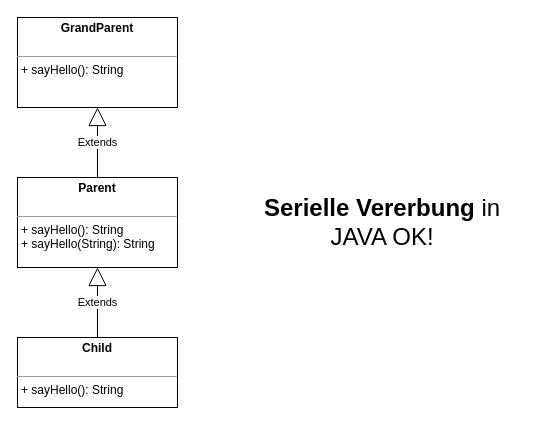
The draw.io diagram page "GrandParent - Parent - Child" (2 of 3) of parent_child.drawio in XX3-OOP-archive/11d_Klausurvorbereitung_OOP_3, before the edit. Source tidied: cells renumbered, new cells numbered last; positions are measured from the earlier drawing's top-left corner, leaving out a move shared by most shapes. Both pictures are drawn from the tidied source at 100%, with x=0, y=0 at pixel (17, 17).
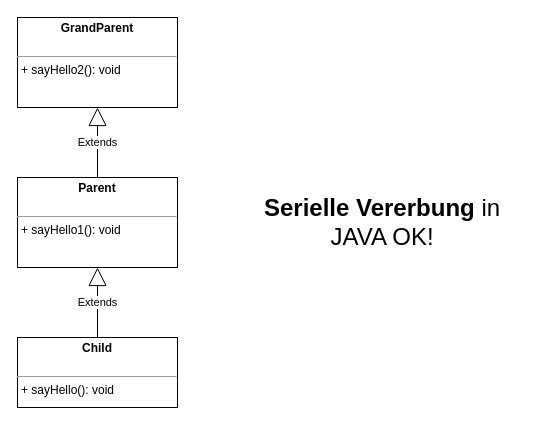
After the change.

What changed in the source:
```diff
@@
 <mxGraphModel>
   <root>
     <mxCell id="0" />
     <mxCell id="1" parent="0" />
-    <mxCell id="2" value="&lt;p style=&quot;margin: 0px ; margin-top: 4px ; text-align: center&quot;&gt;&lt;b&gt;Child&lt;/b&gt;&lt;/p&gt;&lt;p style=&quot;margin: 0px ; margin-left: 4px&quot;&gt;&lt;br&gt;&lt;/p&gt;&lt;hr size=&quot;1&quot;&gt;&lt;p style=&quot;margin: 0px ; margin-left: 4px&quot;&gt;+ sayHello(): String&lt;/p&gt;" style="verticalAlign=top;align=left;overflow=fill;fontSize=12;fontFamily=Helvetica;html=1;" parent="1" vertex="1">
+    <mxCell id="2" value="&lt;p style=&quot;margin: 0px ; margin-top: 4px ; text-align: center&quot;&gt;&lt;b&gt;Child&lt;/b&gt;&lt;/p&gt;&lt;p style=&quot;margin: 0px ; margin-left: 4px&quot;&gt;&lt;br&gt;&lt;/p&gt;&lt;hr size=&quot;1&quot;&gt;&lt;p style=&quot;margin: 0px ; margin-left: 4px&quot;&gt;+ sayHello(): void&lt;/p&gt;" style="verticalAlign=top;align=left;overflow=fill;fontSize=12;fontFamily=Helvetica;html=1;" parent="1" vertex="1">
       <mxGeometry y="320" width="160" height="70" as="geometry" />
     </mxCell>
-    <mxCell id="3" value="&lt;p style=&quot;margin: 0px ; margin-top: 4px ; text-align: center&quot;&gt;&lt;b&gt;Parent&lt;/b&gt;&lt;/p&gt;&lt;p style=&quot;margin: 0px ; margin-left: 4px&quot;&gt;&lt;br&gt;&lt;/p&gt;&lt;hr size=&quot;1&quot;&gt;&lt;p style=&quot;margin: 0px ; margin-left: 4px&quot;&gt;+ sayHello(): String&lt;/p&gt;&lt;p style=&quot;margin: 0px ; margin-left: 4px&quot;&gt;+ sayHello(String): String&lt;br&gt;&lt;/p&gt;&lt;p style=&quot;margin: 0px ; margin-left: 4px&quot;&gt;&lt;br&gt;&lt;/p&gt;" style="verticalAlign=top;align=left;overflow=fill;fontSize=12;fontFamily=Helvetica;html=1;" parent="1" vertex="1">
+    <mxCell id="3" value="&lt;p style=&quot;margin: 0px ; margin-top: 4px ; text-align: center&quot;&gt;&lt;b&gt;Parent&lt;/b&gt;&lt;/p&gt;&lt;p style=&quot;margin: 0px ; margin-left: 4px&quot;&gt;&lt;br&gt;&lt;/p&gt;&lt;hr size=&quot;1&quot;&gt;&lt;p style=&quot;margin: 0px ; margin-left: 4px&quot;&gt;+ sayHello1(): void&lt;/p&gt;&lt;p style=&quot;margin: 0px ; margin-left: 4px&quot;&gt;&lt;br&gt;&lt;/p&gt;&lt;p style=&quot;margin: 0px ; margin-left: 4px&quot;&gt;&lt;br&gt;&lt;/p&gt;" style="verticalAlign=top;align=left;overflow=fill;fontSize=12;fontFamily=Helvetica;html=1;" parent="1" vertex="1">
       <mxGeometry y="160" width="160" height="90" as="geometry" />
     </mxCell>
     <mxCell id="4" value="Extends" style="endArrow=block;endSize=16;endFill=0;html=1;entryX=0.5;entryY=1;entryDx=0;entryDy=0;exitX=0.5;exitY=0;exitDx=0;exitDy=0;" parent="1" edge="1" source="2" target="3">
       <mxGeometry relative="1" as="geometry" />
     </mxCell>
     <mxCell id="5" value="Extends" style="endArrow=block;endSize=16;endFill=0;html=1;entryX=0.5;entryY=1;entryDx=0;entryDy=0;exitX=0.5;exitY=0;exitDx=0;exitDy=0;" parent="1" edge="1" source="3" target="7">
       <mxGeometry relative="1" as="geometry" />
     </mxCell>
     <mxCell id="6" value="&lt;font style=&quot;font-size: 24px&quot;&gt;&lt;b&gt;Serielle Vererbung &lt;/b&gt;in JAVA OK!&lt;/font&gt;" style="text;html=1;strokeColor=none;fillColor=none;align=center;verticalAlign=middle;whiteSpace=wrap;rounded=0;" parent="1" vertex="1">
       <mxGeometry x="230" y="200" width="270" height="10" as="geometry" />
     </mxCell>
-    <mxCell id="7" value="&lt;p style=&quot;margin: 0px ; margin-top: 4px ; text-align: center&quot;&gt;&lt;b&gt;GrandParent&lt;/b&gt;&lt;/p&gt;&lt;p style=&quot;margin: 0px ; margin-left: 4px&quot;&gt;&lt;br&gt;&lt;/p&gt;&lt;hr size=&quot;1&quot;&gt;&lt;p style=&quot;margin: 0px ; margin-left: 4px&quot;&gt;+ sayHello(): String&lt;/p&gt;&lt;p style=&quot;margin: 0px ; margin-left: 4px&quot;&gt;&lt;br&gt;&lt;/p&gt;&lt;p style=&quot;margin: 0px ; margin-left: 4px&quot;&gt;&lt;br&gt;&lt;/p&gt;" style="verticalAlign=top;align=left;overflow=fill;fontSize=12;fontFamily=Helvetica;html=1;" parent="1" vertex="1">
+    <mxCell id="7" value="&lt;p style=&quot;margin: 0px ; margin-top: 4px ; text-align: center&quot;&gt;&lt;b&gt;GrandParent&lt;/b&gt;&lt;/p&gt;&lt;p style=&quot;margin: 0px ; margin-left: 4px&quot;&gt;&lt;br&gt;&lt;/p&gt;&lt;hr size=&quot;1&quot;&gt;&lt;p style=&quot;margin: 0px ; margin-left: 4px&quot;&gt;+ sayHello2(): void&lt;/p&gt;&lt;p style=&quot;margin: 0px ; margin-left: 4px&quot;&gt;&lt;br&gt;&lt;/p&gt;&lt;p style=&quot;margin: 0px ; margin-left: 4px&quot;&gt;&lt;br&gt;&lt;/p&gt;" style="verticalAlign=top;align=left;overflow=fill;fontSize=12;fontFamily=Helvetica;html=1;" parent="1" vertex="1">
       <mxGeometry width="160" height="90" as="geometry" />
     </mxCell>
   </root>
 </mxGraphModel>
```
